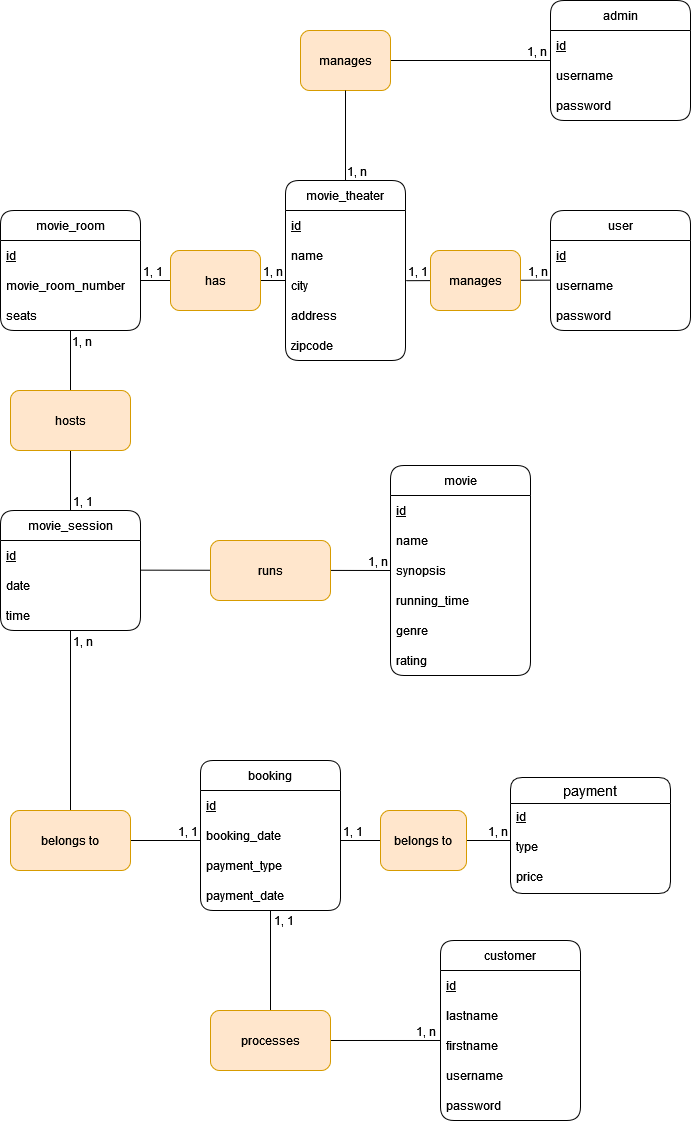
Earlier version of the draw.io export MCD.drawio.png (Armafobe/cinema_database). Source tidied: cells renumbered, new cells last; positions are measured from the earlier drawing's top-left corner, leaving out a move shared by most shapes. Source of this version:
```xml
<mxGraphModel>
  <root>
    <mxCell id="0" />
    <mxCell id="1" parent="0" />
    <mxCell id="2" value="movie_theater" style="swimlane;fontStyle=0;horizontal=1;startSize=30;rounded=1;swimlaneLine=1;verticalAlign=middle;" parent="1" vertex="1">
      <mxGeometry x="285" y="180" width="120" height="180" as="geometry" />
    </mxCell>
    <mxCell id="3" value="id" style="text;strokeColor=none;fillColor=none;align=left;verticalAlign=middle;spacingLeft=4;spacingRight=4;overflow=hidden;fontStyle=4;" parent="2" vertex="1">
      <mxGeometry y="30" width="120" height="30" as="geometry" />
    </mxCell>
    <mxCell id="4" value="name" style="text;strokeColor=none;fillColor=none;align=left;verticalAlign=middle;spacingLeft=4;spacingRight=4;overflow=hidden;" parent="2" vertex="1">
      <mxGeometry y="60" width="120" height="30" as="geometry" />
    </mxCell>
    <mxCell id="5" value="city" style="text;strokeColor=none;fillColor=none;align=left;verticalAlign=middle;spacingLeft=4;spacingRight=4;overflow=hidden;points=[[0,0.5],[1,0.5]];portConstraint=eastwest;" parent="2" vertex="1">
      <mxGeometry y="90" width="120" height="30" as="geometry" />
    </mxCell>
    <mxCell id="6" value="address" style="text;strokeColor=none;fillColor=none;align=left;verticalAlign=middle;spacingLeft=4;spacingRight=4;overflow=hidden;" parent="2" vertex="1">
      <mxGeometry y="120" width="120" height="30" as="geometry" />
    </mxCell>
    <mxCell id="7" value="zipcode" style="text;strokeColor=none;fillColor=none;align=left;verticalAlign=middle;spacingLeft=4;spacingRight=4;overflow=hidden;" parent="2" vertex="1">
      <mxGeometry y="150" width="120" height="30" as="geometry" />
    </mxCell>
    <mxCell id="8" value="admin" style="swimlane;fontStyle=0;horizontal=1;startSize=30;rounded=1;" parent="1" vertex="1">
      <mxGeometry x="550" width="140" height="120" as="geometry" />
    </mxCell>
    <mxCell id="9" value="id" style="text;strokeColor=none;fillColor=none;align=left;verticalAlign=middle;spacingLeft=4;spacingRight=4;overflow=hidden;rounded=1;fontStyle=4;" parent="8" vertex="1">
      <mxGeometry y="30" width="140" height="30" as="geometry" />
    </mxCell>
    <mxCell id="10" value="username" style="text;strokeColor=none;fillColor=none;align=left;verticalAlign=middle;spacingLeft=4;spacingRight=4;overflow=hidden;rounded=1;" parent="8" vertex="1">
      <mxGeometry y="60" width="140" height="30" as="geometry" />
    </mxCell>
    <mxCell id="11" value="password" style="text;strokeColor=none;fillColor=none;align=left;verticalAlign=middle;spacingLeft=4;spacingRight=4;overflow=hidden;rounded=1;" parent="8" vertex="1">
      <mxGeometry y="90" width="140" height="30" as="geometry" />
    </mxCell>
    <mxCell id="12" style="endArrow=none;html=1;rounded=0;startArrow=none;" parent="1" edge="1" source="14">
      <mxGeometry relative="1" as="geometry">
        <mxPoint x="550" y="60" as="targetPoint" />
      </mxGeometry>
    </mxCell>
    <mxCell id="13" value="1, n" style="html=1;align=right;verticalAlign=bottom;rounded=1;fillColor=#FFF5F5;" parent="12" vertex="1">
      <mxGeometry x="1" relative="1" as="geometry">
        <mxPoint x="-3" as="offset" />
      </mxGeometry>
    </mxCell>
    <mxCell id="14" value="manages" style="rounded=1;whiteSpace=wrap;html=1;fillColor=#ffe6cc;strokeColor=#d79b00;" parent="1" vertex="1">
      <mxGeometry x="300" y="30" width="90" height="60" as="geometry" />
    </mxCell>
    <mxCell id="15" style="endArrow=none;html=1;rounded=0;exitX=0.5;exitY=0;exitDx=0;exitDy=0;" parent="1" edge="1" source="2" target="14">
      <mxGeometry relative="1" as="geometry" />
    </mxCell>
    <mxCell id="16" value="1, n" style="html=1;align=left;verticalAlign=bottom;rounded=1;fillColor=#FFF5F5;" parent="15" vertex="1">
      <mxGeometry x="-1" relative="1" as="geometry" />
    </mxCell>
    <mxCell id="17" value="movie_room" style="swimlane;fontStyle=0;horizontal=1;startSize=30;rounded=1;" parent="1" vertex="1">
      <mxGeometry y="210" width="140" height="120" as="geometry" />
    </mxCell>
    <mxCell id="18" value="id" style="text;strokeColor=none;fillColor=none;align=left;verticalAlign=middle;spacingLeft=4;spacingRight=4;overflow=hidden;rounded=1;fontStyle=4;" parent="17" vertex="1">
      <mxGeometry y="30" width="140" height="30" as="geometry" />
    </mxCell>
    <mxCell id="19" value="movie_room_number" style="text;strokeColor=none;fillColor=none;align=left;verticalAlign=middle;spacingLeft=4;spacingRight=4;overflow=hidden;rounded=1;" parent="17" vertex="1">
      <mxGeometry y="60" width="140" height="30" as="geometry" />
    </mxCell>
    <mxCell id="20" value="seats" style="text;strokeColor=none;fillColor=none;align=left;verticalAlign=middle;spacingLeft=4;spacingRight=4;overflow=hidden;rounded=1;" parent="17" vertex="1">
      <mxGeometry y="90" width="140" height="30" as="geometry" />
    </mxCell>
    <mxCell id="21" style="endArrow=none;html=1;rounded=0;" parent="1" edge="1">
      <mxGeometry relative="1" as="geometry">
        <mxPoint x="140" y="280" as="sourcePoint" />
        <mxPoint x="285" y="280" as="targetPoint" />
      </mxGeometry>
    </mxCell>
    <mxCell id="22" value="1, 1" style="html=1;align=left;verticalAlign=bottom;rounded=1;fillColor=#FFF5F5;" parent="21" vertex="1">
      <mxGeometry x="-1" relative="1" as="geometry">
        <mxPoint x="1" as="offset" />
      </mxGeometry>
    </mxCell>
    <mxCell id="23" value="1, n" style="html=1;align=right;verticalAlign=bottom;rounded=1;fillColor=#FFF5F5;" parent="21" vertex="1">
      <mxGeometry x="1" relative="1" as="geometry">
        <mxPoint x="-2" as="offset" />
      </mxGeometry>
    </mxCell>
    <mxCell id="24" value="has" style="rounded=1;whiteSpace=wrap;html=1;fillColor=#ffe6cc;strokeColor=#d79b00;" parent="1" vertex="1">
      <mxGeometry x="170" y="250" width="90" height="60" as="geometry" />
    </mxCell>
    <mxCell id="25" value="movie_session" style="swimlane;fontStyle=0;horizontal=1;startSize=30;rounded=1;" parent="1" vertex="1">
      <mxGeometry y="510" width="140" height="120" as="geometry" />
    </mxCell>
    <mxCell id="26" value="id" style="text;strokeColor=none;fillColor=none;align=left;verticalAlign=middle;spacingLeft=4;spacingRight=4;overflow=hidden;rounded=1;fontStyle=4;" parent="25" vertex="1">
      <mxGeometry y="30" width="140" height="30" as="geometry" />
    </mxCell>
    <mxCell id="27" value="date" style="text;strokeColor=none;fillColor=none;align=left;verticalAlign=middle;spacingLeft=4;spacingRight=4;overflow=hidden;rounded=1;" parent="25" vertex="1">
      <mxGeometry y="60" width="140" height="30" as="geometry" />
    </mxCell>
    <mxCell id="28" value="time" style="text;strokeColor=none;fillColor=none;align=left;verticalAlign=middle;spacingLeft=4;spacingRight=4;overflow=hidden;rounded=1;" parent="25" vertex="1">
      <mxGeometry y="90" width="140" height="30" as="geometry" />
    </mxCell>
    <mxCell id="29" style="endArrow=none;html=1;rounded=0;entryX=0.5;entryY=0;entryDx=0;entryDy=0;" parent="1" edge="1" target="25">
      <mxGeometry relative="1" as="geometry">
        <mxPoint x="70" y="330" as="sourcePoint" />
      </mxGeometry>
    </mxCell>
    <mxCell id="30" value="1, n" style="html=1;align=left;verticalAlign=bottom;rounded=1;fillColor=#FFF5F5;" parent="29" vertex="1">
      <mxGeometry x="-1" relative="1" as="geometry">
        <mxPoint y="20" as="offset" />
      </mxGeometry>
    </mxCell>
    <mxCell id="31" value="1, 1" style="html=1;align=right;verticalAlign=bottom;rounded=1;fillColor=#FFF5F5;" parent="29" vertex="1">
      <mxGeometry x="1" relative="1" as="geometry">
        <mxPoint x="23" as="offset" />
      </mxGeometry>
    </mxCell>
    <mxCell id="32" value="hosts" style="rounded=1;whiteSpace=wrap;html=1;fillColor=#ffe6cc;strokeColor=#d79b00;" parent="1" vertex="1">
      <mxGeometry x="10" y="390" width="120" height="60" as="geometry" />
    </mxCell>
    <mxCell id="33" value="movie" style="swimlane;fontStyle=0;horizontal=1;startSize=30;rounded=1;" parent="1" vertex="1">
      <mxGeometry x="390" y="465" width="140" height="210" as="geometry" />
    </mxCell>
    <mxCell id="34" value="id" style="text;strokeColor=none;fillColor=none;align=left;verticalAlign=middle;spacingLeft=4;spacingRight=4;overflow=hidden;rounded=1;fontStyle=4;" parent="33" vertex="1">
      <mxGeometry y="30" width="140" height="30" as="geometry" />
    </mxCell>
    <mxCell id="35" value="name" style="text;strokeColor=none;fillColor=none;align=left;verticalAlign=middle;spacingLeft=4;spacingRight=4;overflow=hidden;rounded=1;" parent="33" vertex="1">
      <mxGeometry y="60" width="140" height="30" as="geometry" />
    </mxCell>
    <mxCell id="36" value="synopsis" style="text;strokeColor=none;fillColor=none;align=left;verticalAlign=middle;spacingLeft=4;spacingRight=4;overflow=hidden;points=[[0,0.5],[1,0.5]];portConstraint=eastwest;rounded=1;" parent="33" vertex="1">
      <mxGeometry y="90" width="140" height="30" as="geometry" />
    </mxCell>
    <mxCell id="37" value="running_time" style="text;strokeColor=none;fillColor=none;align=left;verticalAlign=middle;spacingLeft=4;spacingRight=4;overflow=hidden;rounded=1;" parent="33" vertex="1">
      <mxGeometry y="120" width="140" height="30" as="geometry" />
    </mxCell>
    <mxCell id="38" value="genre" style="text;strokeColor=none;fillColor=none;align=left;verticalAlign=middle;spacingLeft=4;spacingRight=4;overflow=hidden;rounded=1;" parent="33" vertex="1">
      <mxGeometry y="150" width="140" height="30" as="geometry" />
    </mxCell>
    <mxCell id="39" value="rating" style="text;strokeColor=none;fillColor=none;align=left;verticalAlign=middle;spacingLeft=4;spacingRight=4;overflow=hidden;rounded=1;" parent="33" vertex="1">
      <mxGeometry y="180" width="140" height="30" as="geometry" />
    </mxCell>
    <mxCell id="40" style="endArrow=none;html=1;rounded=0;entryX=0;entryY=0.5;entryDx=0;entryDy=0;" parent="1" edge="1" target="36">
      <mxGeometry relative="1" as="geometry">
        <mxPoint x="140" y="569.7" as="sourcePoint" />
      </mxGeometry>
    </mxCell>
    <mxCell id="41" value="1, n" style="html=1;align=right;verticalAlign=bottom;rounded=1;fillColor=#FFF5F5;" parent="40" vertex="1">
      <mxGeometry x="1" relative="1" as="geometry">
        <mxPoint x="-2" as="offset" />
      </mxGeometry>
    </mxCell>
    <mxCell id="42" value="&lt;span style=&quot;color: rgba(0, 0, 0, 0); font-family: monospace; font-size: 0px; text-align: start; background-color: rgb(248, 249, 250);&quot;&gt;%3CmxGraphModel%3E%3Croot%3E%3CmxCell%20id%3D%220%22%2F%3E%3CmxCell%20id%3D%221%22%20parent%3D%220%22%2F%3E%3CmxCell%20id%3D%222%22%20value%3D%221%2C%20n%22%20style%3D%22resizable%3D0%3Bhtml%3D1%3Balign%3Dright%3BverticalAlign%3Dbottom%3Brounded%3D1%3BfillColor%3D%23FFF5F5%3B%22%20connectable%3D%220%22%20vertex%3D%221%22%20parent%3D%221%22%3E%3CmxGeometry%20x%3D%22438.3445960676315%22%20y%3D%22610.000468650652%22%20as%3D%22geometry%22%2F%3E%3C%2FmxCell%3E%3C%2Froot%3E%3C%2FmxGraphModel%3E&lt;/span&gt;" style="edgeLabel;html=1;align=center;verticalAlign=middle;" parent="40" vertex="1">
      <mxGeometry x="-0.9" y="1" relative="1" as="geometry" />
    </mxCell>
    <mxCell id="43" value="runs" style="rounded=1;whiteSpace=wrap;html=1;fillColor=#ffe6cc;strokeColor=#d79b00;" parent="1" vertex="1">
      <mxGeometry x="210" y="540" width="120" height="60" as="geometry" />
    </mxCell>
    <mxCell id="44" value="booking" style="swimlane;fontStyle=0;horizontal=1;startSize=30;rounded=1;arcSize=14;" parent="1" vertex="1">
      <mxGeometry x="200" y="760" width="140" height="150" as="geometry" />
    </mxCell>
    <mxCell id="45" value="id" style="text;strokeColor=none;fillColor=none;align=left;verticalAlign=middle;spacingLeft=4;spacingRight=4;overflow=hidden;rounded=1;fontStyle=4;" parent="44" vertex="1">
      <mxGeometry y="30" width="140" height="30" as="geometry" />
    </mxCell>
    <mxCell id="46" value="booking_date" style="text;strokeColor=none;fillColor=none;align=left;verticalAlign=middle;spacingLeft=4;spacingRight=4;overflow=hidden;rounded=1;" parent="44" vertex="1">
      <mxGeometry y="60" width="140" height="30" as="geometry" />
    </mxCell>
    <mxCell id="47" value="payment_type" style="text;strokeColor=none;fillColor=none;align=left;verticalAlign=middle;spacingLeft=4;spacingRight=4;overflow=hidden;rounded=1;" parent="44" vertex="1">
      <mxGeometry y="90" width="140" height="30" as="geometry" />
    </mxCell>
    <mxCell id="48" value="payment_date" style="text;strokeColor=none;fillColor=none;align=left;verticalAlign=middle;spacingLeft=4;spacingRight=4;overflow=hidden;rounded=1;" parent="44" vertex="1">
      <mxGeometry y="120" width="140" height="30" as="geometry" />
    </mxCell>
    <mxCell id="49" style="endArrow=none;html=1;rounded=0;" parent="1" edge="1">
      <mxGeometry relative="1" as="geometry">
        <mxPoint x="70" y="630" as="sourcePoint" />
        <mxPoint x="70" y="840" as="targetPoint" />
      </mxGeometry>
    </mxCell>
    <mxCell id="50" value="1, n" style="html=1;align=left;verticalAlign=bottom;rounded=1;labelBackgroundColor=none;fillColor=#FFF5F5;" parent="49" vertex="1">
      <mxGeometry x="-1" relative="1" as="geometry">
        <mxPoint x="1" y="20" as="offset" />
      </mxGeometry>
    </mxCell>
    <mxCell id="51" value="1, 1" style="html=1;align=right;verticalAlign=bottom;rounded=1;labelBackgroundColor=none;fillColor=#FFF5F5;" parent="49" vertex="1">
      <mxGeometry x="1" relative="1" as="geometry">
        <mxPoint x="128" as="offset" />
      </mxGeometry>
    </mxCell>
    <mxCell id="52" style="endArrow=none;html=1;rounded=0;" parent="1" edge="1">
      <mxGeometry relative="1" as="geometry">
        <mxPoint x="70" y="840" as="sourcePoint" />
        <mxPoint x="200" y="840" as="targetPoint" />
      </mxGeometry>
    </mxCell>
    <mxCell id="53" value="customer" style="swimlane;fontStyle=0;horizontal=1;startSize=30;rounded=1;labelBackgroundColor=none;" parent="1" vertex="1">
      <mxGeometry x="440" y="940" width="140" height="180" as="geometry" />
    </mxCell>
    <mxCell id="54" value="id" style="text;strokeColor=none;fillColor=none;align=left;verticalAlign=middle;spacingLeft=4;spacingRight=4;overflow=hidden;rounded=1;labelBackgroundColor=none;fontStyle=4;" parent="53" vertex="1">
      <mxGeometry y="30" width="140" height="30" as="geometry" />
    </mxCell>
    <mxCell id="55" value="lastname" style="text;strokeColor=none;fillColor=none;align=left;verticalAlign=middle;spacingLeft=4;spacingRight=4;overflow=hidden;rounded=1;labelBackgroundColor=none;" parent="53" vertex="1">
      <mxGeometry y="60" width="140" height="30" as="geometry" />
    </mxCell>
    <mxCell id="56" value="firstname" style="text;strokeColor=none;fillColor=none;align=left;verticalAlign=middle;spacingLeft=4;spacingRight=4;overflow=hidden;points=[[0,0.5],[1,0.5]];portConstraint=eastwest;rounded=1;labelBackgroundColor=none;" parent="53" vertex="1">
      <mxGeometry y="90" width="140" height="30" as="geometry" />
    </mxCell>
    <mxCell id="57" value="username" style="text;strokeColor=none;fillColor=none;align=left;verticalAlign=middle;spacingLeft=4;spacingRight=4;overflow=hidden;rounded=1;labelBackgroundColor=none;" parent="53" vertex="1">
      <mxGeometry y="120" width="140" height="30" as="geometry" />
    </mxCell>
    <mxCell id="58" value="password" style="text;strokeColor=none;fillColor=none;align=left;verticalAlign=middle;spacingLeft=4;spacingRight=4;overflow=hidden;rounded=1;labelBackgroundColor=none;" parent="53" vertex="1">
      <mxGeometry y="150" width="140" height="30" as="geometry" />
    </mxCell>
    <mxCell id="59" style="endArrow=none;html=1;rounded=0;entryX=0;entryY=0.333;entryDx=0;entryDy=0;entryPerimeter=0;" parent="1" edge="1" target="56">
      <mxGeometry relative="1" as="geometry">
        <mxPoint x="270" y="910" as="sourcePoint" />
        <Array as="points">
          <mxPoint x="270" y="1040" />
        </Array>
      </mxGeometry>
    </mxCell>
    <mxCell id="60" value="1, 1" style="html=1;align=left;verticalAlign=bottom;rounded=1;labelBackgroundColor=none;fillColor=#FFF5F5;" parent="59" vertex="1">
      <mxGeometry x="-1" relative="1" as="geometry">
        <mxPoint x="2" y="19" as="offset" />
      </mxGeometry>
    </mxCell>
    <mxCell id="61" value="1, n" style="html=1;align=right;verticalAlign=bottom;rounded=1;labelBackgroundColor=none;fillColor=#FFF5F5;" parent="59" vertex="1">
      <mxGeometry x="1" relative="1" as="geometry">
        <mxPoint x="-4" as="offset" />
      </mxGeometry>
    </mxCell>
    <mxCell id="62" value="payment" style="swimlane;fontStyle=0;horizontal=1;startSize=26;align=center;fontSize=14;rounded=1;labelBackgroundColor=none;" parent="1" vertex="1">
      <mxGeometry x="510" y="777" width="160" height="116" as="geometry" />
    </mxCell>
    <mxCell id="63" value="id" style="text;strokeColor=none;fillColor=none;spacingLeft=4;spacingRight=4;overflow=hidden;fontSize=12;rounded=1;labelBackgroundColor=none;fontStyle=4;" parent="62" vertex="1">
      <mxGeometry y="26" width="160" height="30" as="geometry" />
    </mxCell>
    <mxCell id="64" value="type" style="text;strokeColor=none;fillColor=none;spacingLeft=4;spacingRight=4;overflow=hidden;fontSize=12;rounded=1;labelBackgroundColor=none;" parent="62" vertex="1">
      <mxGeometry y="56" width="160" height="30" as="geometry" />
    </mxCell>
    <mxCell id="65" value="price" style="text;strokeColor=none;fillColor=none;spacingLeft=4;spacingRight=4;overflow=hidden;fontSize=12;rounded=1;labelBackgroundColor=none;" parent="62" vertex="1">
      <mxGeometry y="86" width="160" height="30" as="geometry" />
    </mxCell>
    <mxCell id="66" style="endArrow=none;html=1;rounded=0;" parent="1" edge="1">
      <mxGeometry relative="1" as="geometry">
        <mxPoint x="340" y="840" as="sourcePoint" />
        <mxPoint x="510" y="840" as="targetPoint" />
      </mxGeometry>
    </mxCell>
    <mxCell id="67" value="1, 1" style="html=1;align=left;verticalAlign=bottom;rounded=1;labelBackgroundColor=none;fillColor=#FFF5F5;" parent="66" vertex="1">
      <mxGeometry x="-1" relative="1" as="geometry">
        <mxPoint x="1" as="offset" />
      </mxGeometry>
    </mxCell>
    <mxCell id="68" value="1, n" style="html=1;align=right;verticalAlign=bottom;rounded=1;labelBackgroundColor=none;fillColor=#FFF5F5;" parent="66" vertex="1">
      <mxGeometry x="1" relative="1" as="geometry">
        <mxPoint x="-2" as="offset" />
      </mxGeometry>
    </mxCell>
    <mxCell id="69" value="belongs to" style="rounded=1;whiteSpace=wrap;html=1;labelBackgroundColor=none;fillColor=#ffe6cc;strokeColor=#d79b00;" parent="1" vertex="1">
      <mxGeometry x="380" y="810" width="86" height="60" as="geometry" />
    </mxCell>
    <mxCell id="70" value="processes" style="rounded=1;whiteSpace=wrap;html=1;labelBackgroundColor=none;fillColor=#ffe6cc;strokeColor=#d79b00;" parent="1" vertex="1">
      <mxGeometry x="210" y="1010" width="120" height="60" as="geometry" />
    </mxCell>
    <mxCell id="71" value="belongs to" style="rounded=1;whiteSpace=wrap;html=1;labelBackgroundColor=none;fillColor=#ffe6cc;strokeColor=#d79b00;" parent="1" vertex="1">
      <mxGeometry x="10" y="810" width="120" height="60" as="geometry" />
    </mxCell>
    <mxCell id="72" value="user" style="swimlane;fontStyle=0;horizontal=1;startSize=30;rounded=1;labelBackgroundColor=none;" parent="1" vertex="1">
      <mxGeometry x="550" y="210" width="140" height="120" as="geometry" />
    </mxCell>
    <mxCell id="73" value="id" style="text;strokeColor=none;fillColor=none;align=left;verticalAlign=middle;spacingLeft=4;spacingRight=4;overflow=hidden;rounded=1;labelBackgroundColor=none;fontStyle=4;" parent="72" vertex="1">
      <mxGeometry y="30" width="140" height="30" as="geometry" />
    </mxCell>
    <mxCell id="74" value="username" style="text;strokeColor=none;fillColor=none;align=left;verticalAlign=middle;spacingLeft=4;spacingRight=4;overflow=hidden;rounded=1;labelBackgroundColor=none;" parent="72" vertex="1">
      <mxGeometry y="60" width="140" height="30" as="geometry" />
    </mxCell>
    <mxCell id="75" value="password" style="text;strokeColor=none;fillColor=none;align=left;verticalAlign=middle;spacingLeft=4;spacingRight=4;overflow=hidden;rounded=1;labelBackgroundColor=none;" parent="72" vertex="1">
      <mxGeometry y="90" width="140" height="30" as="geometry" />
    </mxCell>
    <mxCell id="76" style="endArrow=none;html=1;rounded=0;exitX=1.005;exitY=0.34;exitDx=0;exitDy=0;exitPerimeter=0;" parent="1" edge="1" source="5">
      <mxGeometry relative="1" as="geometry">
        <mxPoint x="550" y="279.7" as="targetPoint" />
      </mxGeometry>
    </mxCell>
    <mxCell id="77" value="1, 1" style="html=1;align=left;verticalAlign=bottom;rounded=1;labelBackgroundColor=none;fillColor=#FFF5F5;" parent="76" vertex="1">
      <mxGeometry x="-1" relative="1" as="geometry" />
    </mxCell>
    <mxCell id="78" value="1, n" style="html=1;align=right;verticalAlign=bottom;rounded=1;labelBackgroundColor=none;fillColor=#FFF5F5;" parent="76" vertex="1">
      <mxGeometry x="1" relative="1" as="geometry">
        <mxPoint x="-2" as="offset" />
      </mxGeometry>
    </mxCell>
    <mxCell id="79" value="manages" style="rounded=1;whiteSpace=wrap;html=1;fillColor=#ffe6cc;strokeColor=#d79b00;" parent="1" vertex="1">
      <mxGeometry x="430" y="250" width="90" height="60" as="geometry" />
    </mxCell>
  </root>
</mxGraphModel>
```
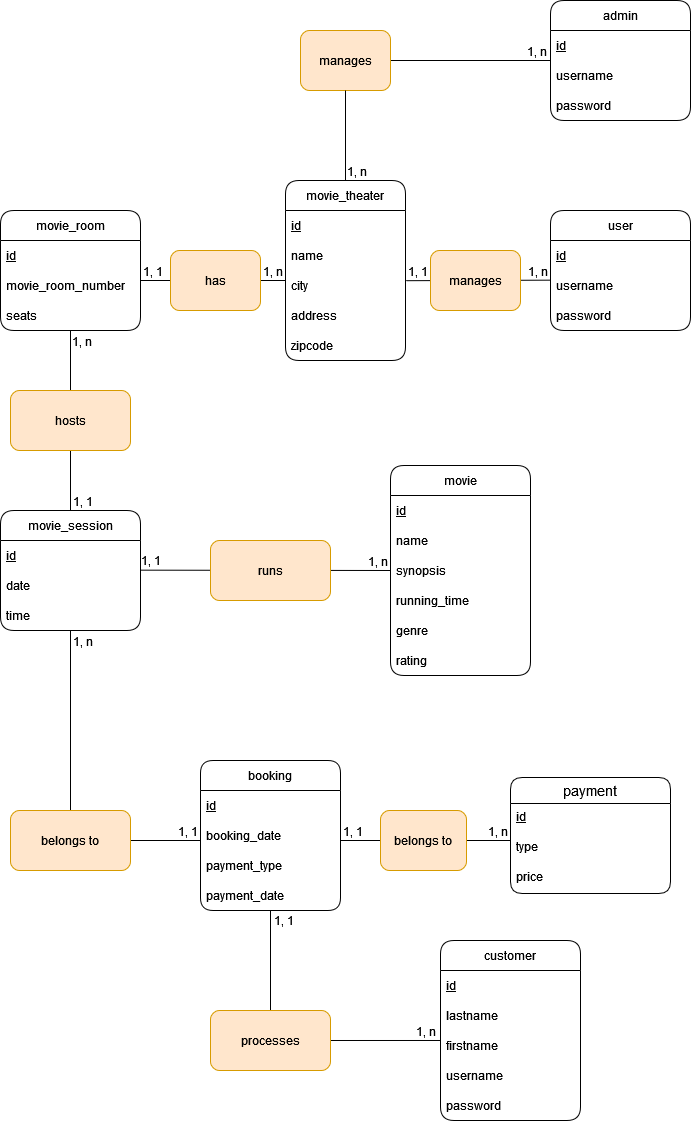
Later version of the same file.

Commit message:
Mettre à jour MCD.drawio.png

Diff of the diagram source:
```diff
@@ -287,5 +287,8 @@
     <mxCell id="79" value="manages" style="rounded=1;whiteSpace=wrap;html=1;fillColor=#ffe6cc;strokeColor=#d79b00;" parent="1" vertex="1">
       <mxGeometry x="430" y="250" width="90" height="60" as="geometry" />
     </mxCell>
+    <mxCell id="80" value="1, 1" style="text;html=1;align=center;verticalAlign=middle;strokeColor=none;fillColor=none;" parent="1" vertex="1">
+      <mxGeometry x="130" y="545" width="40" height="30" as="geometry" />
+    </mxCell>
   </root>
 </mxGraphModel>
```
